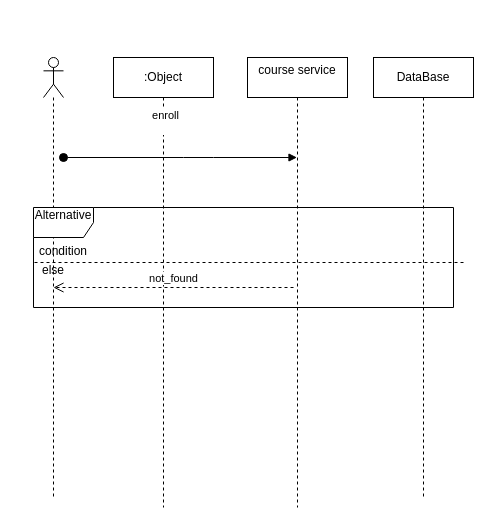
Before: docs/uml/sequence-diagram.drawio in mohandLOL1/skillforge, a draw.io diagram. Source tidied: cells renumbered, new cells numbered last; positions are measured from the earlier drawing's top-left corner, leaving out a move shared by most shapes. Both pictures are drawn from the tidied source at 100%, with x=0, y=0 at pixel (23, 57).
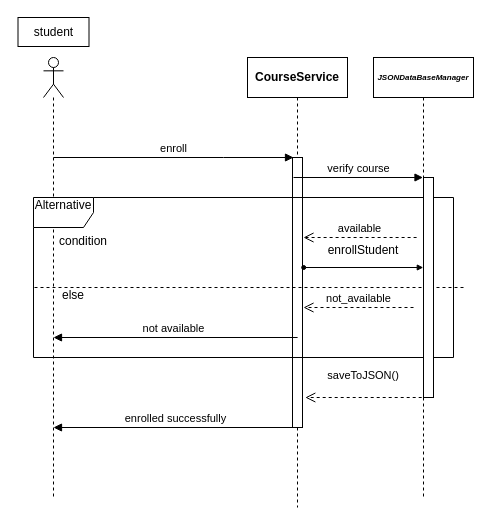
The same diagram, later.

The edit, as a diff of the source:
```diff
@@
-    <mxCell id="2" value=":Object" style="shape=umlLifeline;perimeter=lifelinePerimeter;whiteSpace=wrap;html=1;newEdgeStyle={&quot;curved&quot;:0,&quot;rounded&quot;:0};" parent="1" vertex="1">
-      <mxGeometry x="90" width="100" height="450" as="geometry" />
-    </mxCell>
-    <mxCell id="3" value="course service&lt;div&gt;&lt;br&gt;&lt;/div&gt;" style="shape=umlLifeline;perimeter=lifelinePerimeter;whiteSpace=wrap;html=1;outlineConnect=0;portConstraint=eastwest;newEdgeStyle={&quot;curved&quot;:0,&quot;rounded&quot;:0};" parent="1" vertex="1">
+    <mxCell id="3" value="&lt;div&gt;&lt;span style=&quot;font-weight: 700;&quot;&gt;CourseService&lt;/span&gt;&lt;/div&gt;" style="shape=umlLifeline;perimeter=lifelinePerimeter;whiteSpace=wrap;html=1;outlineConnect=0;portConstraint=eastwest;newEdgeStyle={&quot;curved&quot;:0,&quot;rounded&quot;:0};" parent="1" vertex="1">
       <mxGeometry x="224" width="100" height="450" as="geometry" />
     </mxCell>
+    <mxCell id="12" style="html=1;perimeter=orthogonalPerimeter;targetShapes=umlLifeline;newEdgeStyle={&quot;curved&quot;:0,&quot;rounded&quot;:0};" parent="3" vertex="1">
+      <mxGeometry x="45" y="100" width="10" height="270" as="geometry" />
+    </mxCell>
-    <mxCell id="4" value="DataBase" style="shape=umlLifeline;perimeter=lifelinePerimeter;whiteSpace=wrap;html=1;outlineConnect=0;portConstraint=eastwest;newEdgeStyle={&quot;curved&quot;:0,&quot;rounded&quot;:0};" parent="1" vertex="1">
+    <mxCell id="4" value="&lt;i style=&quot;font-weight: 700;&quot;&gt;JSONDataBaseManager&lt;/i&gt;" style="shape=umlLifeline;perimeter=lifelinePerimeter;whiteSpace=wrap;html=1;outlineConnect=0;portConstraint=eastwest;newEdgeStyle={&quot;curved&quot;:0,&quot;rounded&quot;:0};fontSize=8;" parent="1" vertex="1">
       <mxGeometry x="350" width="100" height="440" as="geometry" />
     </mxCell>
@@
-    <mxCell id="6" value="enroll&lt;div&gt;&lt;br&gt;&lt;/div&gt;" style="html=1;verticalAlign=bottom;startArrow=oval;startFill=1;endArrow=block;startSize=8;curved=0;rounded=0;" parent="1" edge="1" target="3">
-      <mxGeometry x="-0.13" y="20" relative="1" as="geometry">
-        <mxPoint x="40" y="100" as="sourcePoint" />
-        <Array as="points">
-          <mxPoint x="160" y="100" />
-          <mxPoint x="190" y="100" />
-        </Array>
-      </mxGeometry>
-    </mxCell>
     <mxCell id="7" value="Alternative&lt;div&gt;&lt;br&gt;&lt;/div&gt;" style="shape=umlFrame;whiteSpace=wrap;html=1;" parent="1" vertex="1">
-      <mxGeometry x="10" y="150" width="420" height="100" as="geometry" />
+      <mxGeometry x="10" y="140" width="420" height="160" as="geometry" />
     </mxCell>
     <mxCell id="8" value="condition&lt;div&gt;&lt;br&gt;&lt;/div&gt;" style="text;html=1;whiteSpace=wrap;strokeColor=none;fillColor=none;align=center;verticalAlign=middle;rounded=0;" parent="1" vertex="1">
-      <mxGeometry x="10" y="200" width="60" as="geometry" />
+      <mxGeometry x="30" y="190" width="60" as="geometry" />
     </mxCell>
     <mxCell id="9" value="else&lt;div&gt;&lt;br&gt;&lt;/div&gt;" style="text;html=1;whiteSpace=wrap;strokeColor=none;fillColor=none;align=center;verticalAlign=middle;rounded=0;" parent="1" vertex="1">
-      <mxGeometry y="215" width="60" height="10" as="geometry" />
+      <mxGeometry x="20" y="240" width="60" height="10" as="geometry" />
     </mxCell>
     <mxCell id="10" value="&lt;div&gt;&lt;br&gt;&lt;/div&gt;&lt;div&gt;&lt;br&gt;&lt;/div&gt;" style="shape=umlLifeline;perimeter=lifelinePerimeter;whiteSpace=wrap;html=1;newEdgeStyle={&quot;curved&quot;:0,&quot;rounded&quot;:0};size=0;direction=south;" parent="1" vertex="1">
-      <mxGeometry x="10" y="100" width="430" height="210" as="geometry" />
+      <mxGeometry x="10" y="120" width="430" height="220" as="geometry" />
     </mxCell>
-    <mxCell id="11" value="&lt;div&gt;not_found&lt;/div&gt;" style="html=1;verticalAlign=bottom;endArrow=open;dashed=1;endSize=8;curved=0;rounded=0;sourcePerimeterSpacing=2;targetPerimeterSpacing=11;jumpSize=8;" parent="1" edge="1">
-      <mxGeometry relative="1" as="geometry">
-        <mxPoint x="270" y="230" as="sourcePoint" />
-        <mxPoint x="30" y="230" as="targetPoint" />
-      </mxGeometry>
-    </mxCell>
+    <mxCell id="13" style="html=1;perimeter=orthogonalPerimeter;targetShapes=umlLifeline;newEdgeStyle={&quot;curved&quot;:0,&quot;rounded&quot;:0};" parent="10" vertex="1">
+      <mxGeometry x="390" width="10" height="220" as="geometry" />
+    </mxCell>
+    <mxCell id="14" value="&lt;div&gt;&lt;br&gt;&lt;/div&gt;" style="html=1;verticalAlign=bottom;startArrow=oval;startFill=1;endArrow=block;startSize=4;curved=0;rounded=0;endSize=4;" parent="1" edge="1">
+      <mxGeometry y="90" relative="1" as="geometry">
+        <mxPoint x="280.2" y="210" as="sourcePoint" />
+        <mxPoint x="399.8" y="210" as="targetPoint" />
+      </mxGeometry>
+    </mxCell>
+    <mxCell id="15" value="enrollStudent&lt;div&gt;&lt;br&gt;&lt;/div&gt;" style="text;html=1;whiteSpace=wrap;strokeColor=none;fillColor=none;align=center;verticalAlign=middle;rounded=0;" parent="1" vertex="1">
+      <mxGeometry x="300" y="190" width="80" height="20" as="geometry" />
+    </mxCell>
+    <mxCell id="16" value="&amp;nbsp;saveToJSON()&lt;div&gt;&lt;br&gt;&lt;/div&gt;" style="html=1;verticalAlign=bottom;endArrow=open;dashed=1;endSize=8;curved=0;rounded=0;" parent="1" edge="1">
+      <mxGeometry x="0.03" relative="1" as="geometry">
+        <mxPoint x="398.2" y="340" as="sourcePoint" />
+        <mxPoint x="281.8" y="340" as="targetPoint" />
+        <Array as="points">
+          <mxPoint x="338.2" y="340" />
+        </Array>
+      </mxGeometry>
+    </mxCell>
+    <mxCell id="17" value="available" style="html=1;verticalAlign=bottom;endArrow=open;dashed=1;endSize=8;curved=0;rounded=0;" parent="1" edge="1">
+      <mxGeometry relative="1" as="geometry">
+        <mxPoint x="393.1" y="180" as="sourcePoint" />
+        <mxPoint x="280" y="180" as="targetPoint" />
+        <Array as="points">
+          <mxPoint x="383.1" y="180" />
+        </Array>
+      </mxGeometry>
+    </mxCell>
+    <mxCell id="18" value="not_available" style="html=1;verticalAlign=bottom;endArrow=open;dashed=1;endSize=8;curved=0;rounded=0;" parent="1" edge="1">
+      <mxGeometry relative="1" as="geometry">
+        <mxPoint x="390" y="250" as="sourcePoint" />
+        <mxPoint x="280" y="250" as="targetPoint" />
+      </mxGeometry>
+    </mxCell>
+    <mxCell id="19" value="enrolled&amp;nbsp;successfully" style="html=1;verticalAlign=bottom;endArrow=block;curved=0;rounded=0;" parent="1" edge="1">
+      <mxGeometry relative="1" as="geometry">
+        <mxPoint x="274.1" y="370" as="sourcePoint" />
+        <mxPoint x="30" y="370" as="targetPoint" />
+      </mxGeometry>
+    </mxCell>
+    <mxCell id="20" value="not available" style="html=1;verticalAlign=bottom;endArrow=block;curved=0;rounded=0;" parent="1" edge="1">
+      <mxGeometry x="0.02" relative="1" as="geometry">
+        <mxPoint x="274.1" y="280" as="sourcePoint" />
+        <mxPoint x="30" y="280" as="targetPoint" />
+      </mxGeometry>
+    </mxCell>
+    <mxCell id="6" value="enroll" style="html=1;verticalAlign=bottom;endArrow=block;curved=0;rounded=0;" parent="1" edge="1">
+      <mxGeometry relative="1" as="geometry">
+        <mxPoint x="30" y="100" as="sourcePoint" />
+        <mxPoint x="270" y="100" as="targetPoint" />
+        <Array as="points">
+          <mxPoint x="200" y="100" />
+        </Array>
+      </mxGeometry>
+    </mxCell>
+    <mxCell id="21" value="student" style="html=1;whiteSpace=wrap;" parent="1" vertex="1">
+      <mxGeometry x="-5.5" y="-40" width="71" height="29" as="geometry" />
+    </mxCell>
+    <mxCell id="22" value="verify course" style="html=1;verticalAlign=bottom;endArrow=block;curved=0;rounded=0;" parent="1" edge="1" target="4">
+      <mxGeometry relative="1" as="geometry">
+        <mxPoint x="270" y="120" as="sourcePoint" />
+      </mxGeometry>
+    </mxCell>
```
